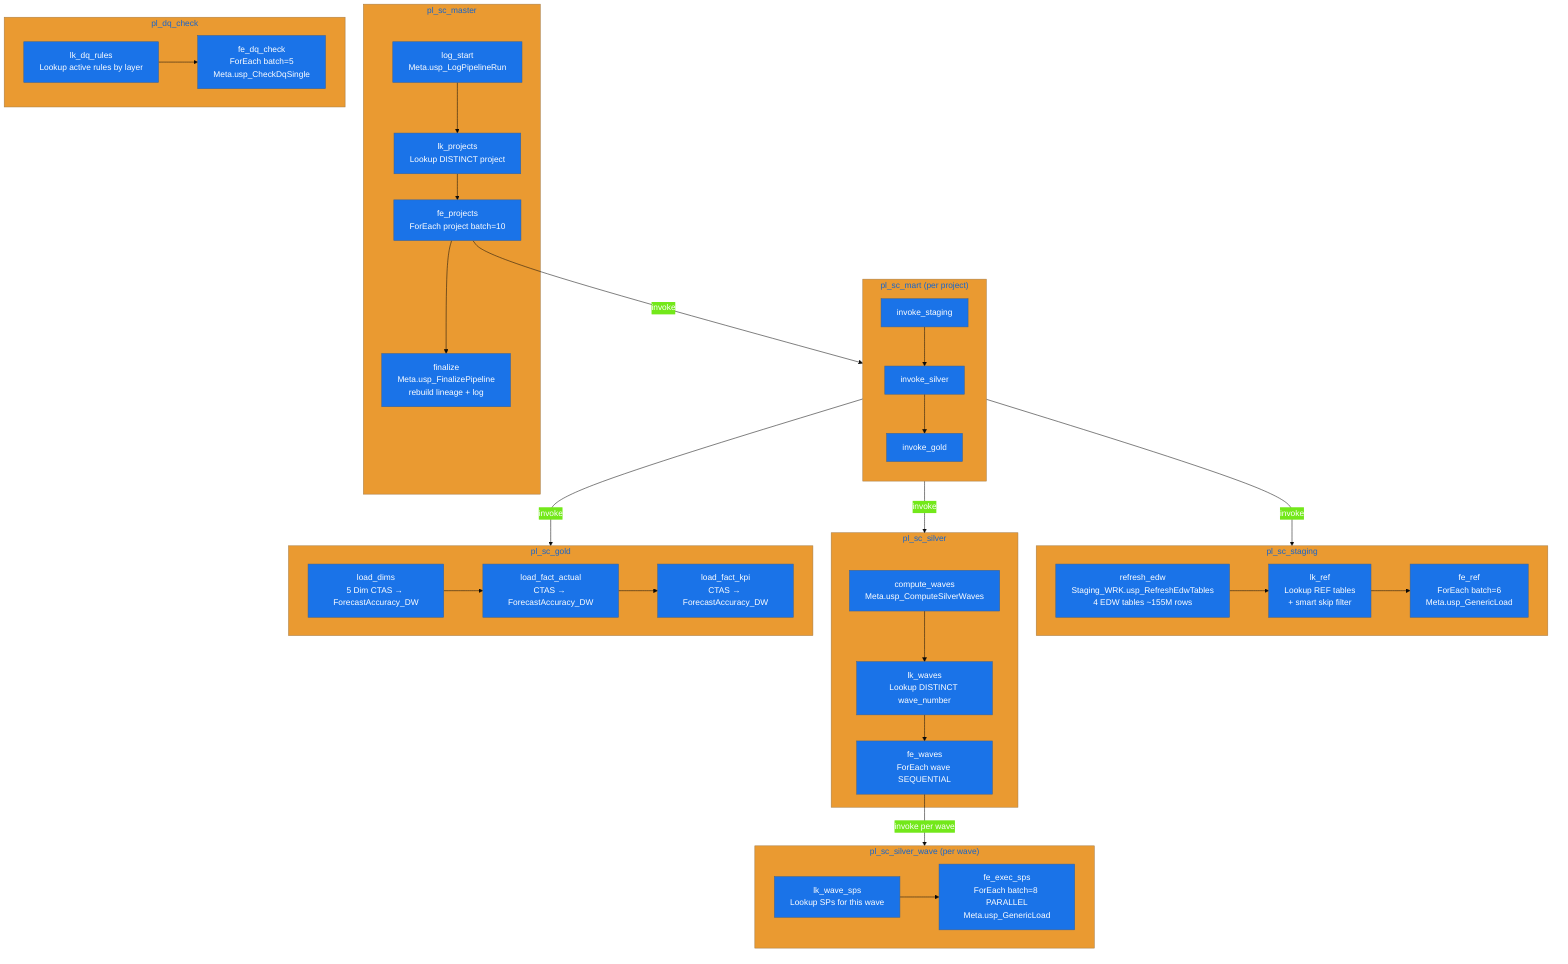
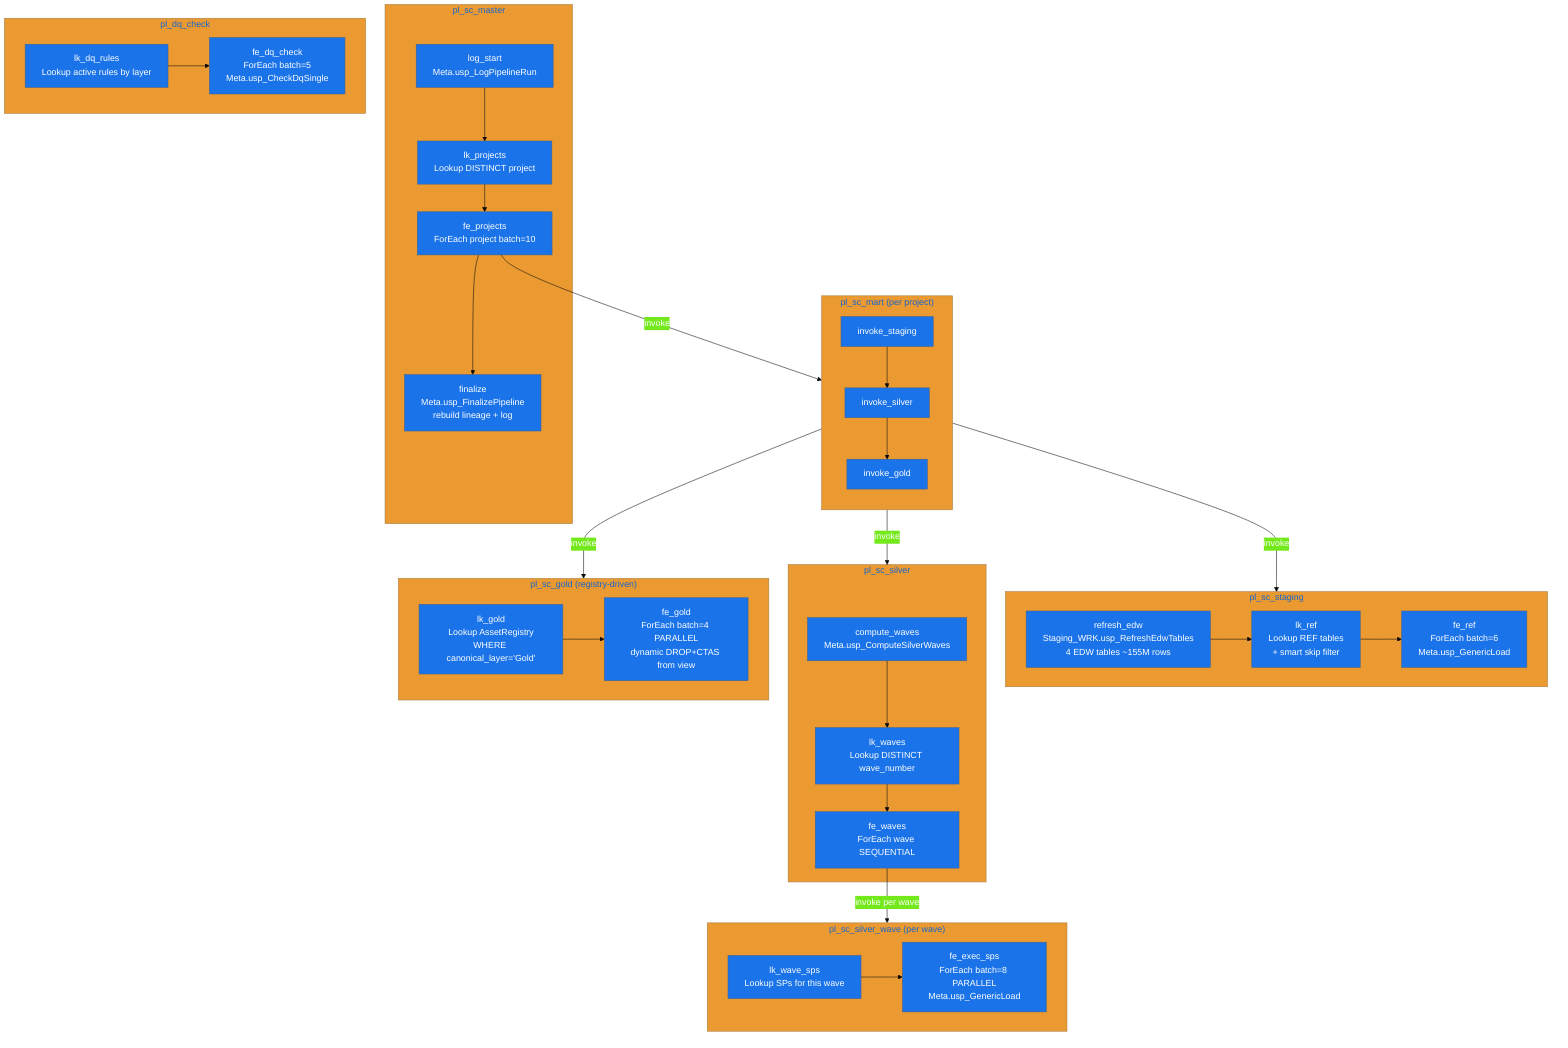
%%{init: {'theme': 'base', 'themeVariables': {'primaryColor': '#1a73e8', 'primaryTextColor': '#fff'}}}%%
flowchart TD
    subgraph MASTER["pl_sc_master"]
        M1["log_start<br/>Meta.usp_LogPipelineRun"]
        M2["lk_projects<br/>Lookup DISTINCT project"]
        M3["fe_projects<br/>ForEach project batch=10"]
        M4["finalize<br/>Meta.usp_FinalizePipeline<br/>rebuild lineage + log"]
    end

    subgraph MART["pl_sc_mart (per project)"]
        direction TB
        MT1["invoke_staging"]
        MT2["invoke_silver"]
        MT3["invoke_gold"]
    end

    subgraph STAGING["pl_sc_staging"]
        S1["refresh_edw<br/>Staging_WRK.usp_RefreshEdwTables<br/>4 EDW tables ~155M rows"]
        S2["lk_ref<br/>Lookup REF tables<br/>+ smart skip filter"]
        S3["fe_ref<br/>ForEach batch=6<br/>Meta.usp_GenericLoad"]
    end

    subgraph SILVER["pl_sc_silver"]
        SV1["compute_waves<br/>Meta.usp_ComputeSilverWaves"]
        SV2["lk_waves<br/>Lookup DISTINCT wave_number"]
        SV3["fe_waves<br/>ForEach wave SEQUENTIAL"]
    end

    subgraph WAVE["pl_sc_silver_wave (per wave)"]
        W1["lk_wave_sps<br/>Lookup SPs for this wave"]
        W2["fe_exec_sps<br/>ForEach batch=8 PARALLEL<br/>Meta.usp_GenericLoad"]
    end

-     subgraph GOLDP["pl_sc_gold"]
-         G0["load_dims<br/>5 Dim CTAS → ForecastAccuracy_DW"]
-         G1["load_fact_actual<br/>CTAS → ForecastAccuracy_DW"]
-         G2["load_fact_kpi<br/>CTAS → ForecastAccuracy_DW"]
+     subgraph GOLDP["pl_sc_gold (registry-driven)"]
+         GL["lk_gold<br/>Lookup AssetRegistry<br/>WHERE canonical_layer='Gold'"]
+         GF["fe_gold<br/>ForEach batch=4 PARALLEL<br/>dynamic DROP+CTAS from view"]
    end

    subgraph DQ["pl_dq_check"]
        D1["lk_dq_rules<br/>Lookup active rules by layer"]
        D2["fe_dq_check<br/>ForEach batch=5<br/>Meta.usp_CheckDqSingle"]
    end

    M1 --> M2 --> M3 --> M4
    M3 -->|invoke| MART
    MT1 --> MT2 --> MT3
    MT1 -->|invoke| STAGING
    MT2 -->|invoke| SILVER
    MT3 -->|invoke| GOLDP
    S1 --> S2 --> S3
    SV1 --> SV2 --> SV3
    SV3 -->|invoke per wave| WAVE
    W1 --> W2
-     G0 --> G1 --> G2
+     GL --> GF
    D1 --> D2
